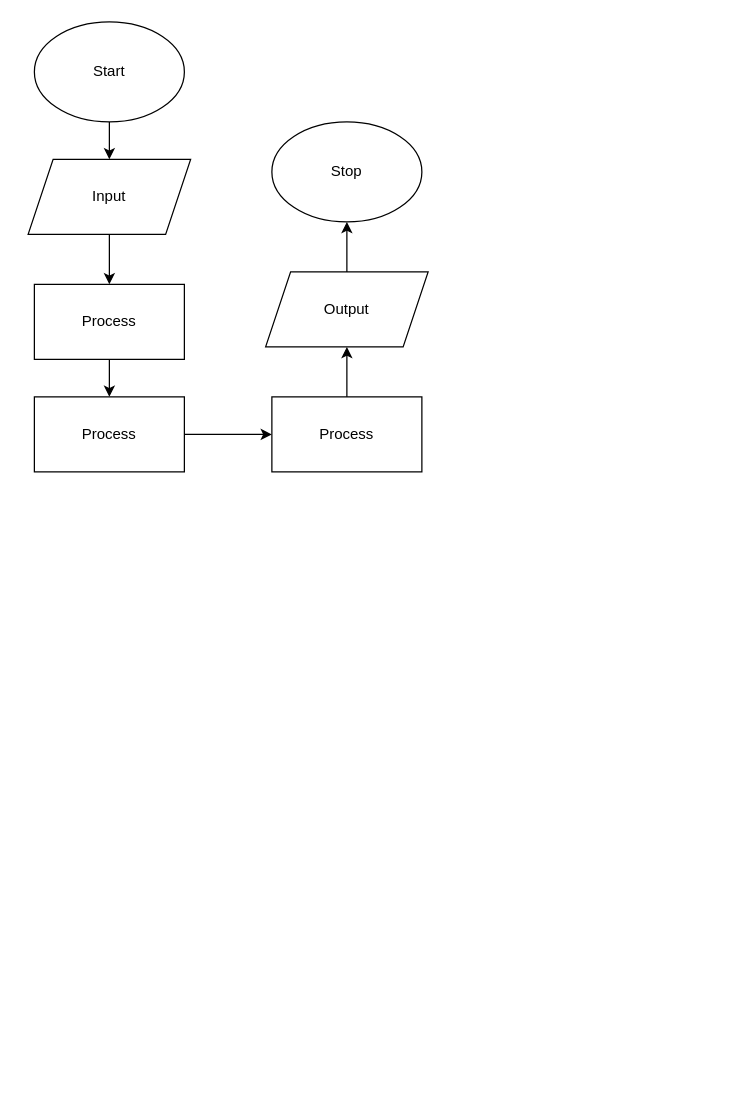
Aleksandr-Ten/ICS3U-Unit5-01-Python keeps this draw.io diagram as flowchart.drawio. Above is the earlier version. Source tidied: cells renumbered, new cells numbered last; positions are measured from the earlier drawing's top-left corner, leaving out a move shared by most shapes. Both pictures are drawn from the tidied source at 125%, with x=0, y=0 at pixel (28, 21).
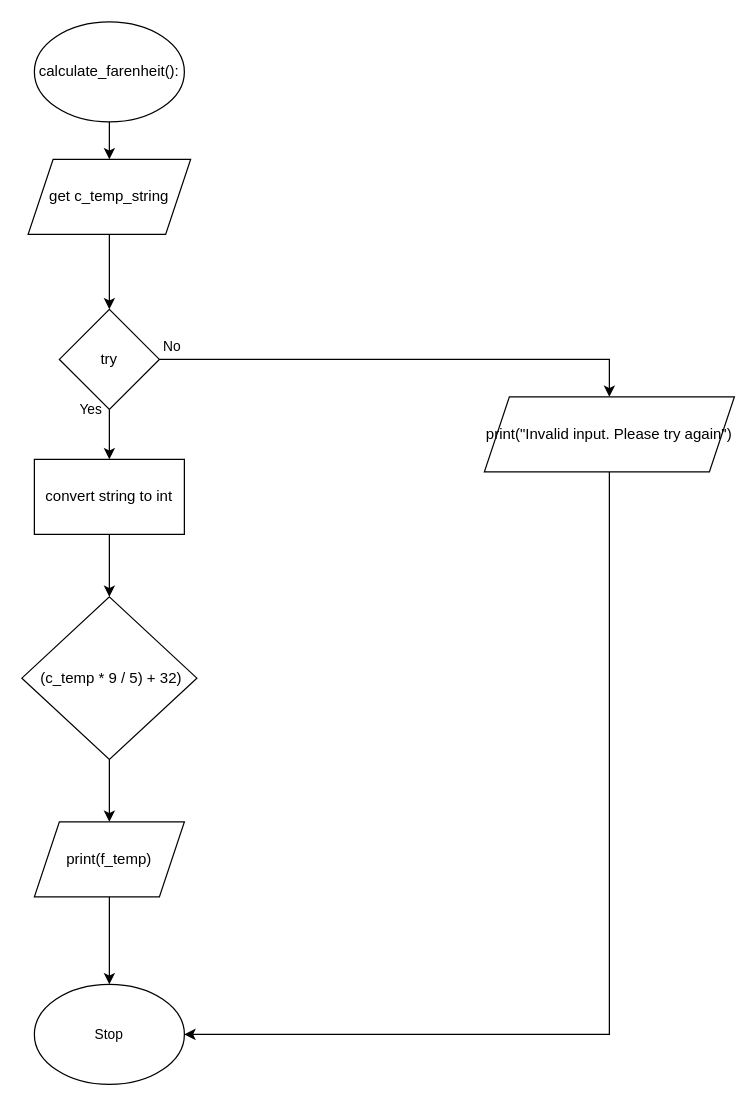
The same page after the edit.

Change to the diagram source:
```diff
@@
 <mxGraphModel>
   <root>
     <mxCell id="0" />
     <mxCell id="1" parent="0" />
     <mxCell id="2" style="edgeStyle=none;html=1;exitX=0.5;exitY=1;exitDx=0;exitDy=0;" parent="1" edge="1" source="3" target="5">
       <mxGeometry relative="1" as="geometry" />
     </mxCell>
-    <mxCell id="3" value="Start" style="ellipse;whiteSpace=wrap;html=1;" parent="1" vertex="1">
+    <mxCell id="3" value="calculate_farenheit():" style="ellipse;whiteSpace=wrap;html=1;" parent="1" vertex="1">
       <mxGeometry x="5" width="120" height="80" as="geometry" />
     </mxCell>
-    <mxCell id="4" style="edgeStyle=none;html=1;exitX=0.5;exitY=1;exitDx=0;exitDy=0;entryX=0.5;entryY=0;entryDx=0;entryDy=0;" parent="1" edge="1" source="5" target="7">
-      <mxGeometry relative="1" as="geometry" />
-    </mxCell>
+    <mxCell id="15" style="edgeStyle=none;html=1;exitX=0.5;exitY=1;exitDx=0;exitDy=0;" parent="1" edge="1" source="5" target="18">
+      <mxGeometry relative="1" as="geometry" />
+    </mxCell>
-    <mxCell id="5" value="Input" style="shape=parallelogram;perimeter=parallelogramPerimeter;whiteSpace=wrap;html=1;fixedSize=1;" parent="1" vertex="1">
+    <mxCell id="5" value="get c_temp_string" style="shape=parallelogram;perimeter=parallelogramPerimeter;whiteSpace=wrap;html=1;fixedSize=1;" parent="1" vertex="1">
       <mxGeometry y="110" width="130" height="60" as="geometry" />
     </mxCell>
-    <mxCell id="6" style="edgeStyle=none;html=1;exitX=0.5;exitY=1;exitDx=0;exitDy=0;" parent="1" edge="1" source="7" target="9">
-      <mxGeometry relative="1" as="geometry" />
-    </mxCell>
-    <mxCell id="7" value="Process" style="rounded=0;whiteSpace=wrap;html=1;" parent="1" vertex="1">
-      <mxGeometry x="5" y="210" width="120" height="60" as="geometry" />
-    </mxCell>
-    <mxCell id="8" style="edgeStyle=none;html=1;exitX=1;exitY=0.5;exitDx=0;exitDy=0;entryX=0;entryY=0.5;entryDx=0;entryDy=0;" parent="1" edge="1" source="9" target="11">
-      <mxGeometry relative="1" as="geometry" />
-    </mxCell>
-    <mxCell id="9" value="Process" style="rounded=0;whiteSpace=wrap;html=1;" parent="1" vertex="1">
-      <mxGeometry x="5" y="300" width="120" height="60" as="geometry" />
-    </mxCell>
-    <mxCell id="10" style="edgeStyle=none;html=1;exitX=0.5;exitY=0;exitDx=0;exitDy=0;" parent="1" edge="1" source="11" target="13">
-      <mxGeometry relative="1" as="geometry" />
-    </mxCell>
-    <mxCell id="11" value="Process" style="rounded=0;whiteSpace=wrap;html=1;" parent="1" vertex="1">
-      <mxGeometry x="195" y="300" width="120" height="60" as="geometry" />
-    </mxCell>
-    <mxCell id="12" style="edgeStyle=none;html=1;" parent="1" edge="1" source="13" target="14">
-      <mxGeometry relative="1" as="geometry" />
-    </mxCell>
-    <mxCell id="13" value="Output" style="shape=parallelogram;perimeter=parallelogramPerimeter;whiteSpace=wrap;html=1;fixedSize=1;" parent="1" vertex="1">
-      <mxGeometry x="190" y="200" width="130" height="60" as="geometry" />
-    </mxCell>
+    <mxCell id="16" style="edgeStyle=none;html=1;exitX=0.5;exitY=1;exitDx=0;exitDy=0;" parent="1" edge="1" source="18" target="20">
+      <mxGeometry relative="1" as="geometry" />
+    </mxCell>
+    <mxCell id="17" style="edgeStyle=orthogonalEdgeStyle;html=1;exitX=1;exitY=0.5;exitDx=0;exitDy=0;entryX=0.5;entryY=0;entryDx=0;entryDy=0;rounded=0;" parent="1" edge="1" source="18" target="26">
+      <mxGeometry relative="1" as="geometry" />
+    </mxCell>
+    <mxCell id="18" value="try" style="rhombus;whiteSpace=wrap;html=1;" parent="1" vertex="1">
+      <mxGeometry x="25" y="230" width="80" height="80" as="geometry" />
+    </mxCell>
+    <mxCell id="19" style="edgeStyle=none;html=1;exitX=0.5;exitY=1;exitDx=0;exitDy=0;" parent="1" edge="1" source="20" target="22">
+      <mxGeometry relative="1" as="geometry" />
+    </mxCell>
+    <mxCell id="20" value="convert string to int" style="rounded=0;whiteSpace=wrap;html=1;" parent="1" vertex="1">
+      <mxGeometry x="5" y="350" width="120" height="60" as="geometry" />
+    </mxCell>
+    <mxCell id="21" style="edgeStyle=none;html=1;exitX=0.5;exitY=1;exitDx=0;exitDy=0;" parent="1" edge="1" source="22" target="24">
+      <mxGeometry relative="1" as="geometry" />
+    </mxCell>
+    <mxCell id="22" value="&amp;nbsp;(c_temp * 9 / 5) + 32)" style="rhombus;whiteSpace=wrap;html=1;" parent="1" vertex="1">
+      <mxGeometry x="-5" y="460" width="140" height="130" as="geometry" />
+    </mxCell>
+    <mxCell id="23" style="edgeStyle=orthogonalEdgeStyle;shape=connector;rounded=0;html=1;exitX=0.5;exitY=1;exitDx=0;exitDy=0;labelBackgroundColor=default;fontFamily=Helvetica;fontSize=11;fontColor=default;endArrow=classic;strokeColor=default;" parent="1" edge="1" source="24" target="14">
+      <mxGeometry relative="1" as="geometry" />
+    </mxCell>
+    <mxCell id="24" value="print(f_temp)" style="shape=parallelogram;perimeter=parallelogramPerimeter;whiteSpace=wrap;html=1;fixedSize=1;" parent="1" vertex="1">
+      <mxGeometry x="5" y="640" width="120" height="60" as="geometry" />
+    </mxCell>
+    <mxCell id="25" style="edgeStyle=orthogonalEdgeStyle;shape=connector;rounded=0;html=1;exitX=0.5;exitY=1;exitDx=0;exitDy=0;entryX=1;entryY=0.5;entryDx=0;entryDy=0;labelBackgroundColor=default;fontFamily=Helvetica;fontSize=11;fontColor=default;endArrow=classic;strokeColor=default;" parent="1" edge="1" source="26" target="14">
+      <mxGeometry relative="1" as="geometry" />
+    </mxCell>
+    <mxCell id="26" value="print(&quot;Invalid input. Please try again&quot;)" style="shape=parallelogram;perimeter=parallelogramPerimeter;whiteSpace=wrap;html=1;fixedSize=1;" parent="1" vertex="1">
+      <mxGeometry x="365" y="300" width="200" height="60" as="geometry" />
+    </mxCell>
-    <mxCell id="14" value="Stop" style="ellipse;whiteSpace=wrap;html=1;" parent="1" vertex="1">
-      <mxGeometry x="195" y="80" width="120" height="80" as="geometry" />
+    <mxCell id="14" value="Stop" style="ellipse;whiteSpace=wrap;html=1;fontFamily=Helvetica;fontSize=11;fontColor=default;" parent="1" vertex="1">
+      <mxGeometry x="5" y="770" width="120" height="80" as="geometry" />
     </mxCell>
+    <mxCell id="27" value="No" style="text;html=1;align=center;verticalAlign=middle;fillColor=none;strokeColor=none;rounded=0;fontFamily=Helvetica;fontSize=11;fontColor=default;" parent="1" vertex="1">
+      <mxGeometry x="100" y="250" width="30" height="20" as="geometry" />
+    </mxCell>
+    <mxCell id="28" value="Yes" style="text;html=1;align=center;verticalAlign=middle;fillColor=none;strokeColor=none;rounded=0;fontFamily=Helvetica;fontSize=11;fontColor=default;" parent="1" vertex="1">
+      <mxGeometry x="35" y="300" width="30" height="20" as="geometry" />
+    </mxCell>
   </root>
 </mxGraphModel>
```
